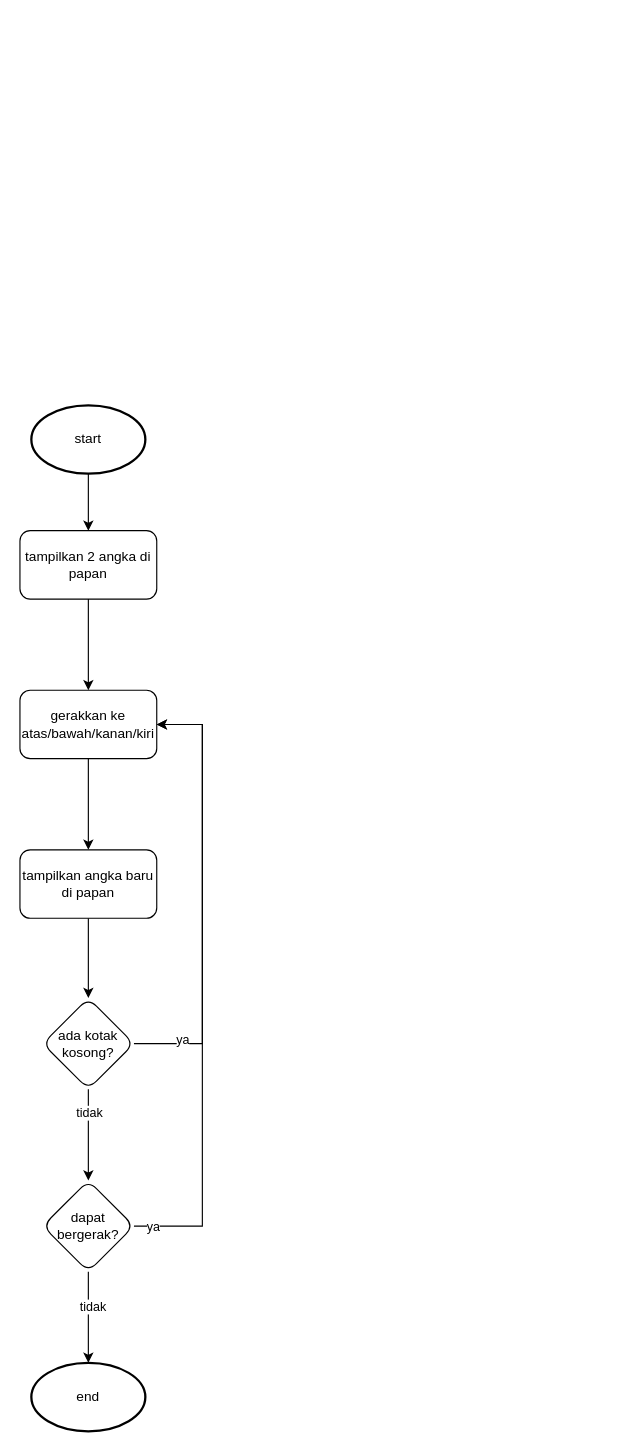
Earlier version of the draw.io diagram page "program" (1 of 4) of sistem Diagram.drawio (novianh/database-smt-1). Source tidied: cells renumbered, new cells numbered last; positions are measured from the earlier drawing's top-left corner, leaving out a move shared by most shapes. Both pictures are drawn from the tidied source at 114%, with x=0, y=0 at pixel (19, 405).
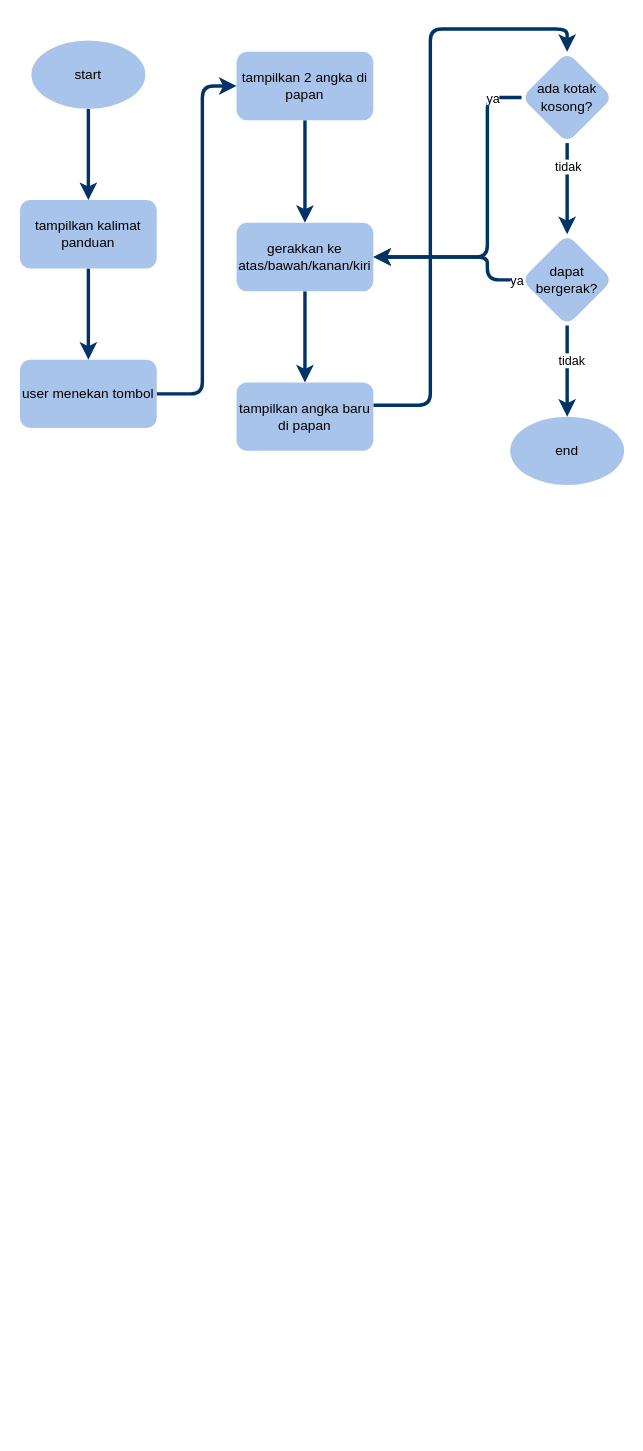
After the change.

What changed in the source:
```diff
@@
-    <mxCell id="2" style="edgeStyle=orthogonalEdgeStyle;rounded=0;jettySize=auto;html=1;" parent="1" edge="1" source="3" target="7">
+    <mxCell id="2" style="edgeStyle=orthogonalEdgeStyle;jettySize=auto;html=1;fillColor=#eeeeee;strokeWidth=3;strokeColor=#003366;rounded=1;" parent="1" edge="1" source="3" target="7">
       <mxGeometry relative="1" as="geometry" />
     </mxCell>
-    <mxCell id="3" value="tampilkan 2 angka di papan" style="rounded=1;whiteSpace=wrap;html=1;" parent="1" vertex="1">
-      <mxGeometry y="110" width="120" height="60" as="geometry" />
+    <mxCell id="3" value="tampilkan 2 angka di papan" style="rounded=1;whiteSpace=wrap;html=1;strokeColor=none;fillColor=#A9C4EB;" parent="1" vertex="1">
+      <mxGeometry x="190" y="-310" width="120" height="60" as="geometry" />
     </mxCell>
-    <mxCell id="4" style="edgeStyle=orthogonalEdgeStyle;rounded=0;jettySize=auto;html=1;" parent="1" edge="1" source="5" target="3">
-      <mxGeometry relative="1" as="geometry" />
-    </mxCell>
+    <mxCell id="21" style="edgeStyle=orthogonalEdgeStyle;jettySize=auto;html=1;fillColor=#eeeeee;strokeWidth=3;strokeColor=#003366;rounded=1;" parent="1" edge="1" source="5" target="23">
+      <mxGeometry relative="1" as="geometry" />
+    </mxCell>
-    <mxCell id="5" value="start" style="strokeWidth=2;html=1;shape=mxgraph.flowchart.start_1;whiteSpace=wrap;" parent="1" vertex="1">
-      <mxGeometry x="10" width="100" height="60" as="geometry" />
+    <mxCell id="5" value="start" style="strokeWidth=1;html=1;shape=mxgraph.flowchart.start_1;whiteSpace=wrap;strokeColor=none;fillColor=#A9C4EB;" parent="1" vertex="1">
+      <mxGeometry x="10" y="-320" width="100" height="60" as="geometry" />
     </mxCell>
-    <mxCell id="6" style="edgeStyle=orthogonalEdgeStyle;rounded=0;jettySize=auto;html=1;" parent="1" edge="1" source="7" target="9">
+    <mxCell id="6" style="edgeStyle=orthogonalEdgeStyle;jettySize=auto;html=1;fillColor=#eeeeee;strokeWidth=3;strokeColor=#003366;rounded=1;" parent="1" edge="1" source="7" target="9">
       <mxGeometry relative="1" as="geometry" />
     </mxCell>
-    <mxCell id="7" value="gerakkan ke atas/bawah/kanan/kiri" style="whiteSpace=wrap;html=1;rounded=1;" parent="1" vertex="1">
-      <mxGeometry y="250" width="120" height="60" as="geometry" />
+    <mxCell id="7" value="gerakkan ke atas/bawah/kanan/kiri" style="whiteSpace=wrap;html=1;rounded=1;strokeColor=none;fillColor=#A9C4EB;" parent="1" vertex="1">
+      <mxGeometry x="190" y="-160" width="120" height="60" as="geometry" />
     </mxCell>
-    <mxCell id="8" style="edgeStyle=orthogonalEdgeStyle;rounded=0;jettySize=auto;html=1;" parent="1" edge="1" source="9" target="14">
-      <mxGeometry relative="1" as="geometry" />
+    <mxCell id="8" style="edgeStyle=orthogonalEdgeStyle;jettySize=auto;html=1;strokeWidth=3;strokeColor=#003366;rounded=1;" parent="1" edge="1" source="9" target="14">
+      <mxGeometry relative="1" as="geometry">
+        <Array as="points">
+          <mxPoint x="360" />
+          <mxPoint x="360" y="-330" />
+          <mxPoint x="480" y="-330" />
+        </Array>
+      </mxGeometry>
     </mxCell>
-    <mxCell id="9" value="tampilkan angka baru di papan" style="whiteSpace=wrap;html=1;rounded=1;" parent="1" vertex="1">
-      <mxGeometry y="390" width="120" height="60" as="geometry" />
+    <mxCell id="9" value="tampilkan angka baru di papan" style="whiteSpace=wrap;html=1;rounded=1;strokeColor=none;fillColor=#A9C4EB;" parent="1" vertex="1">
+      <mxGeometry x="190" y="-20" width="120" height="60" as="geometry" />
     </mxCell>
-    <mxCell id="10" style="edgeStyle=orthogonalEdgeStyle;rounded=0;jettySize=auto;html=1;" parent="1" edge="1" source="14" target="19">
+    <mxCell id="10" style="edgeStyle=orthogonalEdgeStyle;jettySize=auto;html=1;strokeWidth=3;strokeColor=#003366;rounded=1;" parent="1" edge="1" source="14" target="19">
       <mxGeometry relative="1" as="geometry" />
     </mxCell>
@@
-    <mxCell id="12" style="edgeStyle=orthogonalEdgeStyle;rounded=0;jettySize=auto;html=1;exitX=1;exitY=0.5;exitDx=0;exitDy=0;entryX=1;entryY=0.5;entryDx=0;entryDy=0;" parent="1" edge="1" source="14" target="7">
+    <mxCell id="12" style="edgeStyle=orthogonalEdgeStyle;jettySize=auto;html=1;exitX=0;exitY=0.5;exitDx=0;exitDy=0;entryX=1;entryY=0.5;entryDx=0;entryDy=0;strokeWidth=3;strokeColor=#003366;rounded=1;" parent="1" edge="1" source="14" target="7">
       <mxGeometry relative="1" as="geometry">
         <Array as="points">
-          <mxPoint x="160" y="560" />
-          <mxPoint x="160" y="280" />
+          <mxPoint x="410" y="-270" />
+          <mxPoint x="410" y="-130" />
         </Array>
       </mxGeometry>
     </mxCell>
@@
-    <mxCell id="14" value="ada kotak kosong?" style="rhombus;whiteSpace=wrap;html=1;rounded=1;" parent="1" vertex="1">
-      <mxGeometry x="20" y="520" width="80" height="80" as="geometry" />
+    <mxCell id="14" value="ada kotak kosong?" style="rhombus;whiteSpace=wrap;html=1;rounded=1;strokeColor=none;fillColor=#A9C4EB;" parent="1" vertex="1">
+      <mxGeometry x="440" y="-310" width="80" height="80" as="geometry" />
     </mxCell>
-    <mxCell id="15" style="edgeStyle=orthogonalEdgeStyle;rounded=0;jettySize=auto;html=1;" parent="1" edge="1" source="19" target="20">
+    <mxCell id="15" style="edgeStyle=orthogonalEdgeStyle;jettySize=auto;html=1;strokeWidth=3;strokeColor=#003366;rounded=1;" parent="1" edge="1" source="19" target="20">
       <mxGeometry relative="1" as="geometry">
         <Array as="points">
-          <mxPoint x="60" y="820" />
-          <mxPoint x="60" y="820" />
+          <mxPoint x="480" y="-10" />
+          <mxPoint x="480" y="-10" />
         </Array>
       </mxGeometry>
     </mxCell>
@@
-    <mxCell id="17" style="edgeStyle=orthogonalEdgeStyle;rounded=0;jettySize=auto;html=1;exitX=1;exitY=0.5;exitDx=0;exitDy=0;entryX=1;entryY=0.5;entryDx=0;entryDy=0;" parent="1" edge="1" source="19" target="7">
+    <mxCell id="17" style="edgeStyle=orthogonalEdgeStyle;jettySize=auto;html=1;exitX=0;exitY=0.5;exitDx=0;exitDy=0;entryX=1;entryY=0.5;entryDx=0;entryDy=0;strokeWidth=3;strokeColor=#003366;rounded=1;" parent="1" edge="1" source="19" target="7">
       <mxGeometry relative="1" as="geometry">
         <Array as="points">
-          <mxPoint x="160" y="720" />
-          <mxPoint x="160" y="280" />
+          <mxPoint x="410" y="-110" />
+          <mxPoint x="410" y="-130" />
         </Array>
       </mxGeometry>
     </mxCell>
@@
-    <mxCell id="19" value="dapat bergerak?" style="rhombus;whiteSpace=wrap;html=1;rounded=1;" parent="1" vertex="1">
-      <mxGeometry x="20" y="680" width="80" height="80" as="geometry" />
+    <mxCell id="19" value="dapat bergerak?" style="rhombus;whiteSpace=wrap;html=1;rounded=1;strokeColor=none;fillColor=#A9C4EB;" parent="1" vertex="1">
+      <mxGeometry x="440" y="-150" width="80" height="80" as="geometry" />
     </mxCell>
-    <mxCell id="20" value="end" style="strokeWidth=2;html=1;shape=mxgraph.flowchart.start_1;whiteSpace=wrap;" parent="1" vertex="1">
-      <mxGeometry x="10" y="840" width="100" height="60" as="geometry" />
+    <mxCell id="20" value="end" style="strokeWidth=1;html=1;shape=mxgraph.flowchart.start_1;whiteSpace=wrap;strokeColor=none;fillColor=#A9C4EB;" parent="1" vertex="1">
+      <mxGeometry x="430" y="10" width="100" height="60" as="geometry" />
     </mxCell>
+    <mxCell id="22" style="edgeStyle=orthogonalEdgeStyle;jettySize=auto;html=1;fillColor=#eeeeee;strokeWidth=3;strokeColor=#003366;rounded=1;" parent="1" edge="1" source="23" target="25">
+      <mxGeometry relative="1" as="geometry" />
+    </mxCell>
+    <mxCell id="23" value="tampilkan kalimat panduan" style="whiteSpace=wrap;html=1;strokeWidth=1;rounded=1;glass=0;strokeColor=none;fillColor=#A9C4EB;" parent="1" vertex="1">
+      <mxGeometry y="-180" width="120" height="60" as="geometry" />
+    </mxCell>
+    <mxCell id="24" style="edgeStyle=orthogonalEdgeStyle;jettySize=auto;html=1;exitX=1;exitY=0.5;exitDx=0;exitDy=0;entryX=0;entryY=0.5;entryDx=0;entryDy=0;fillColor=#eeeeee;strokeWidth=3;strokeColor=#003366;rounded=1;" parent="1" edge="1" source="25" target="3">
+      <mxGeometry relative="1" as="geometry">
+        <Array as="points">
+          <mxPoint x="160" y="-10" />
+          <mxPoint x="160" y="-280" />
+        </Array>
+      </mxGeometry>
+    </mxCell>
+    <mxCell id="25" value="user menekan tombol" style="whiteSpace=wrap;html=1;strokeWidth=1;rounded=1;strokeColor=none;fillColor=#A9C4EB;" parent="1" vertex="1">
+      <mxGeometry y="-40" width="120" height="60" as="geometry" />
+    </mxCell>
```
